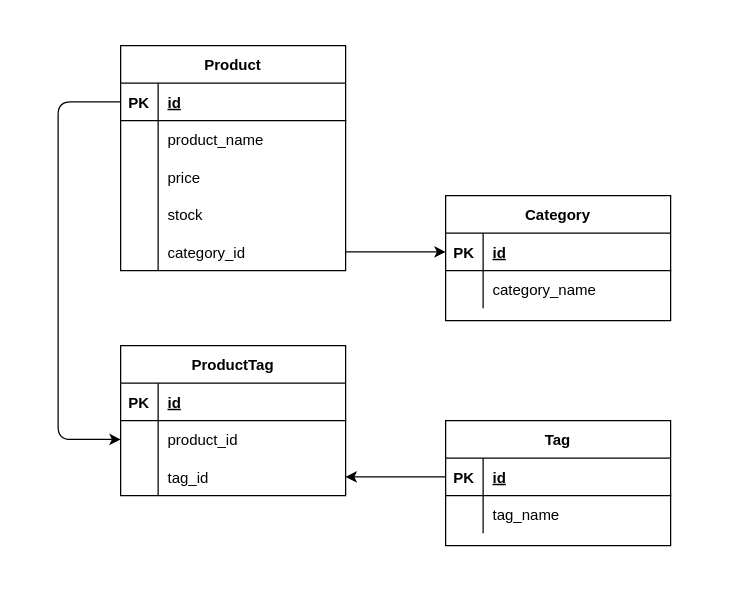
jmichaelbrown8/drop-shop keeps this draw.io diagram as models/schema.drawio. Above is the earlier version. Source tidied: cells renumbered, new cells numbered last; positions are measured from the earlier drawing's top-left corner, leaving out a move shared by most shapes. Both pictures are drawn from the tidied source at 125%, with x=0, y=0 at pixel (58, 45).
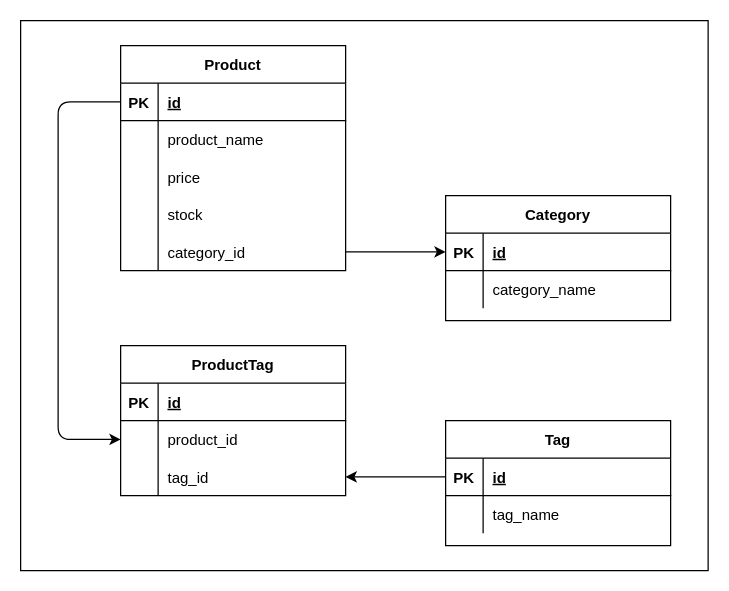
The same page after the edit.

Diff of the diagram source:
```diff
@@
+    <mxCell id="45" style="rounded=0;whiteSpace=wrap;html=1;" parent="1" vertex="1">
+      <mxGeometry x="-30" y="-20" width="550" height="440" as="geometry" />
+    </mxCell>
```
